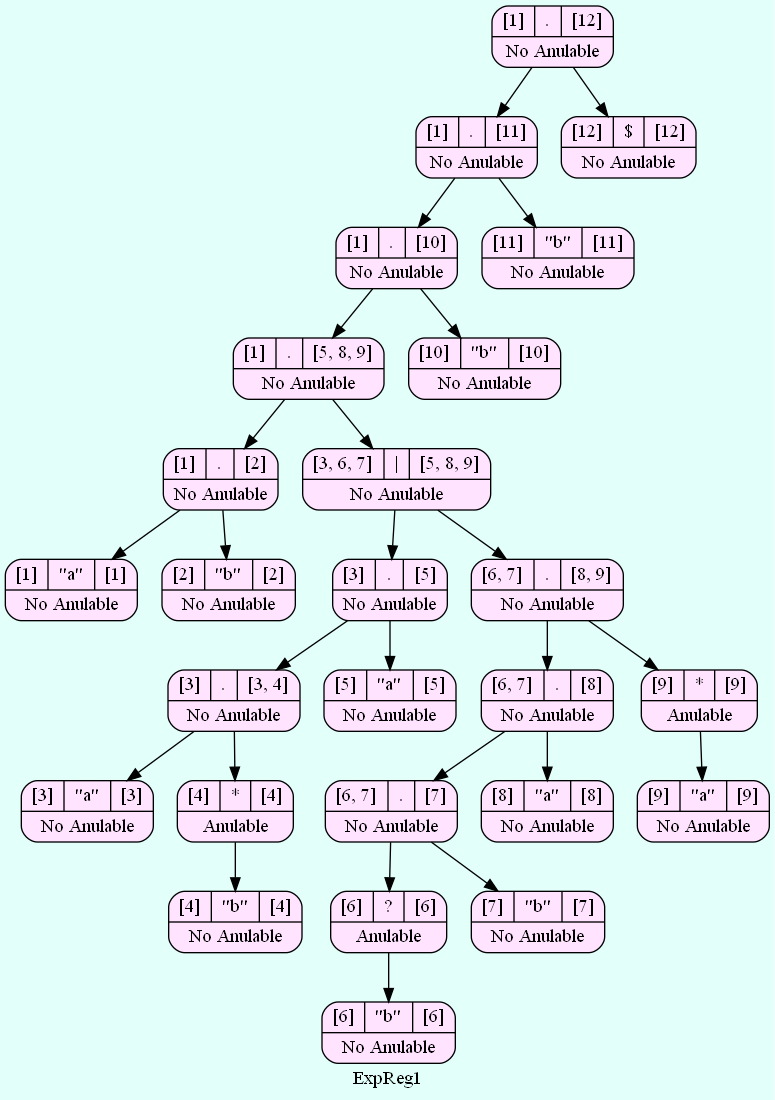
Before: ARBOLES_202000119/Arbol_ExpReg1.png, a diagram exported from Graphviz (SergieArizandieta/OLC1-P1-202000119). Its source is kept beside it as ARBOLES_202000119/Arbol_ExpReg1.dot.
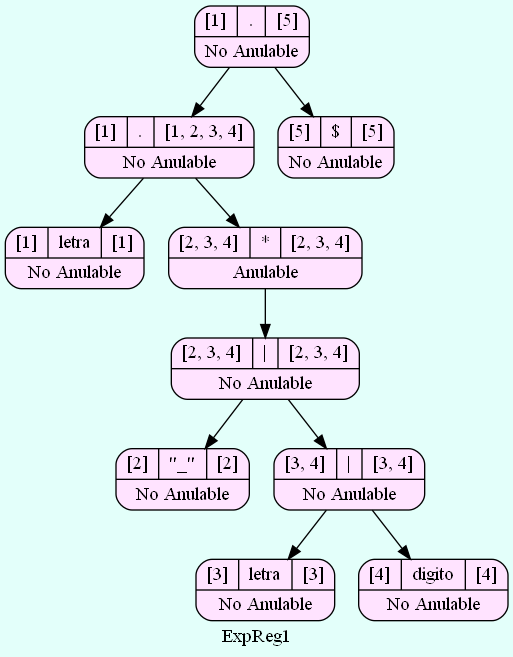
The same file after the commit.

Change to the diagram source:
```diff
@@ -2,56 +2,24 @@
   bgcolor = "#E3FFFA"
    node [shape=Mrecord fillcolor="#FFE3FF" style =filled];
 label ="ExpReg1"
-    struct447145937    [label="{{[1]|<here>.|[12]}|No Anulable}"];
-    struct447145937-> struct1591495228
-    struct1591495228    [label="{{[1]|<here>.|[11]}|No Anulable}"];
-    struct1591495228-> struct638767220
-    struct638767220    [label="{{[1]|<here>.|[10]}|No Anulable}"];
-    struct638767220-> struct932800683
-    struct932800683    [label="{{[1]|<here>.|[5, 8, 9]}|No Anulable}"];
-    struct932800683-> struct447515110
-    struct447515110    [label="{{[1]|<here>.|[2]}|No Anulable}"];
-    struct447515110-> struct639479077
-    struct639479077    [label="{{[1]|<here>\"a\"|[1]}|No Anulable}"];
-    struct447515110-> struct373049570
-    struct373049570    [label="{{[2]|<here>\"b\"|[2]}|No Anulable}"];
-    struct932800683-> struct1788655294
-    struct1788655294    [label="{{[3, 6, 7]|<here>\||[5, 8, 9]}|No Anulable}"];
-    struct1788655294-> struct335671730
-    struct335671730    [label="{{[3]|<here>.|[5]}|No Anulable}"];
-    struct335671730-> struct1606292114
-    struct1606292114    [label="{{[3]|<here>.|[3, 4]}|No Anulable}"];
-    struct1606292114-> struct733035231
-    struct733035231    [label="{{[3]|<here>\"a\"|[3]}|No Anulable}"];
-    struct1606292114-> struct613896273
-    struct613896273    [label="{{[4]|<here>*|[4]}|Anulable}"];
-    struct613896273-> struct1065400592
-    struct1065400592    [label="{{[4]|<here>\"b\"|[4]}|No Anulable}"];
-    struct335671730-> struct268764912
-    struct268764912    [label="{{[5]|<here>\"a\"|[5]}|No Anulable}"];
-    struct1788655294-> struct851485165
-    struct851485165    [label="{{[6, 7]|<here>.|[8, 9]}|No Anulable}"];
-    struct851485165-> struct743143996
-    struct743143996    [label="{{[6, 7]|<here>.|[8]}|No Anulable}"];
-    struct743143996-> struct381226652
-    struct381226652    [label="{{[6, 7]|<here>.|[7]}|No Anulable}"];
-    struct381226652-> struct783525949
-    struct783525949    [label="{{[6]|<here>?|[6]}|Anulable}"];
-    struct783525949-> struct432782287
-    struct432782287    [label="{{[6]|<here>\"b\"|[6]}|No Anulable}"];
-    struct381226652-> struct1848031312
-    struct1848031312    [label="{{[7]|<here>\"b\"|[7]}|No Anulable}"];
-    struct743143996-> struct817207014
-    struct817207014    [label="{{[8]|<here>\"a\"|[8]}|No Anulable}"];
-    struct851485165-> struct57942669
-    struct57942669    [label="{{[9]|<here>*|[9]}|Anulable}"];
-    struct57942669-> struct1193669871
-    struct1193669871    [label="{{[9]|<here>\"a\"|[9]}|No Anulable}"];
-    struct638767220-> struct479862883
-    struct479862883    [label="{{[10]|<here>\"b\"|[10]}|No Anulable}"];
-    struct1591495228-> struct296880
-    struct296880    [label="{{[11]|<here>\"b\"|[11]}|No Anulable}"];
-    struct447145937-> struct583449975
-    struct583449975    [label="{{[12]|<here>$|[12]}|No Anulable}"];
+    struct1713186052    [label="{{[1]|<here>.|[5]}|No Anulable}"];
+    struct1713186052-> struct257100195
+    struct257100195    [label="{{[1]|<here>.|[1, 2, 3, 4]}|No Anulable}"];
+    struct257100195-> struct1043998140
+    struct1043998140    [label="{{[1]|<here>letra|[1]}|No Anulable}"];
+    struct257100195-> struct1783139885
+    struct1783139885    [label="{{[2, 3, 4]|<here>*|[2, 3, 4]}|Anulable}"];
+    struct1783139885-> struct1710400357
+    struct1710400357    [label="{{[2, 3, 4]|<here>\||[2, 3, 4]}|No Anulable}"];
+    struct1710400357-> struct1929093225
+    struct1929093225    [label="{{[2]|<here>\"_\"|[2]}|No Anulable}"];
+    struct1710400357-> struct486767695
+    struct486767695    [label="{{[3, 4]|<here>\||[3, 4]}|No Anulable}"];
+    struct486767695-> struct865382436
+    struct865382436    [label="{{[3]|<here>letra|[3]}|No Anulable}"];
+    struct486767695-> struct1133368504
+    struct1133368504    [label="{{[4]|<here>digito|[4]}|No Anulable}"];
+    struct1713186052-> struct1826282568
+    struct1826282568    [label="{{[5]|<here>$|[5]}|No Anulable}"];
 
 }
```
